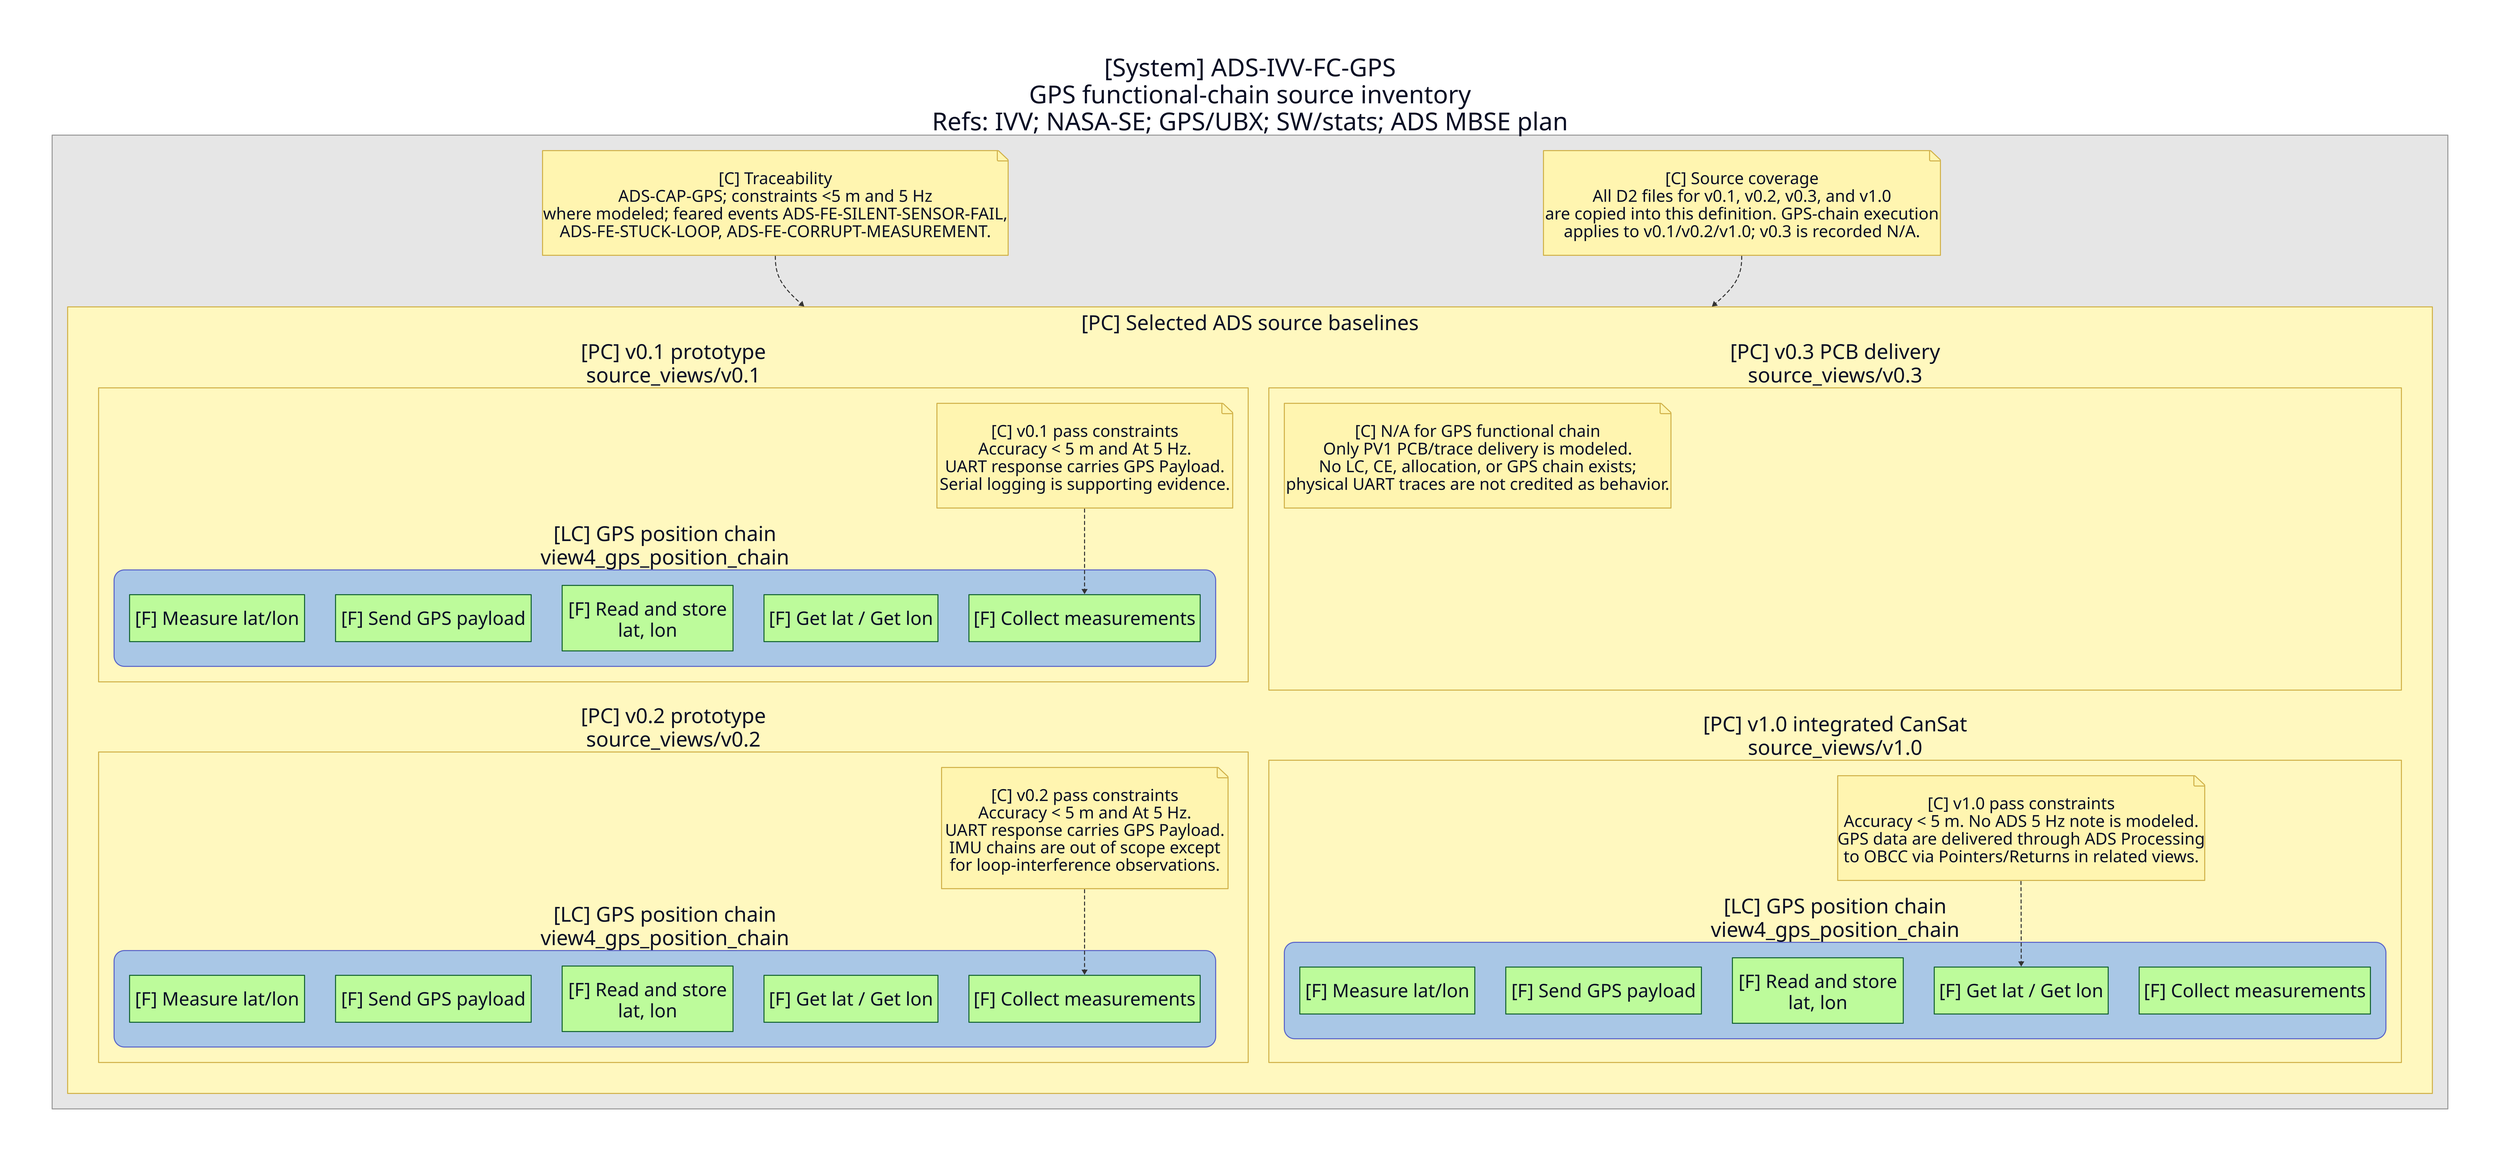
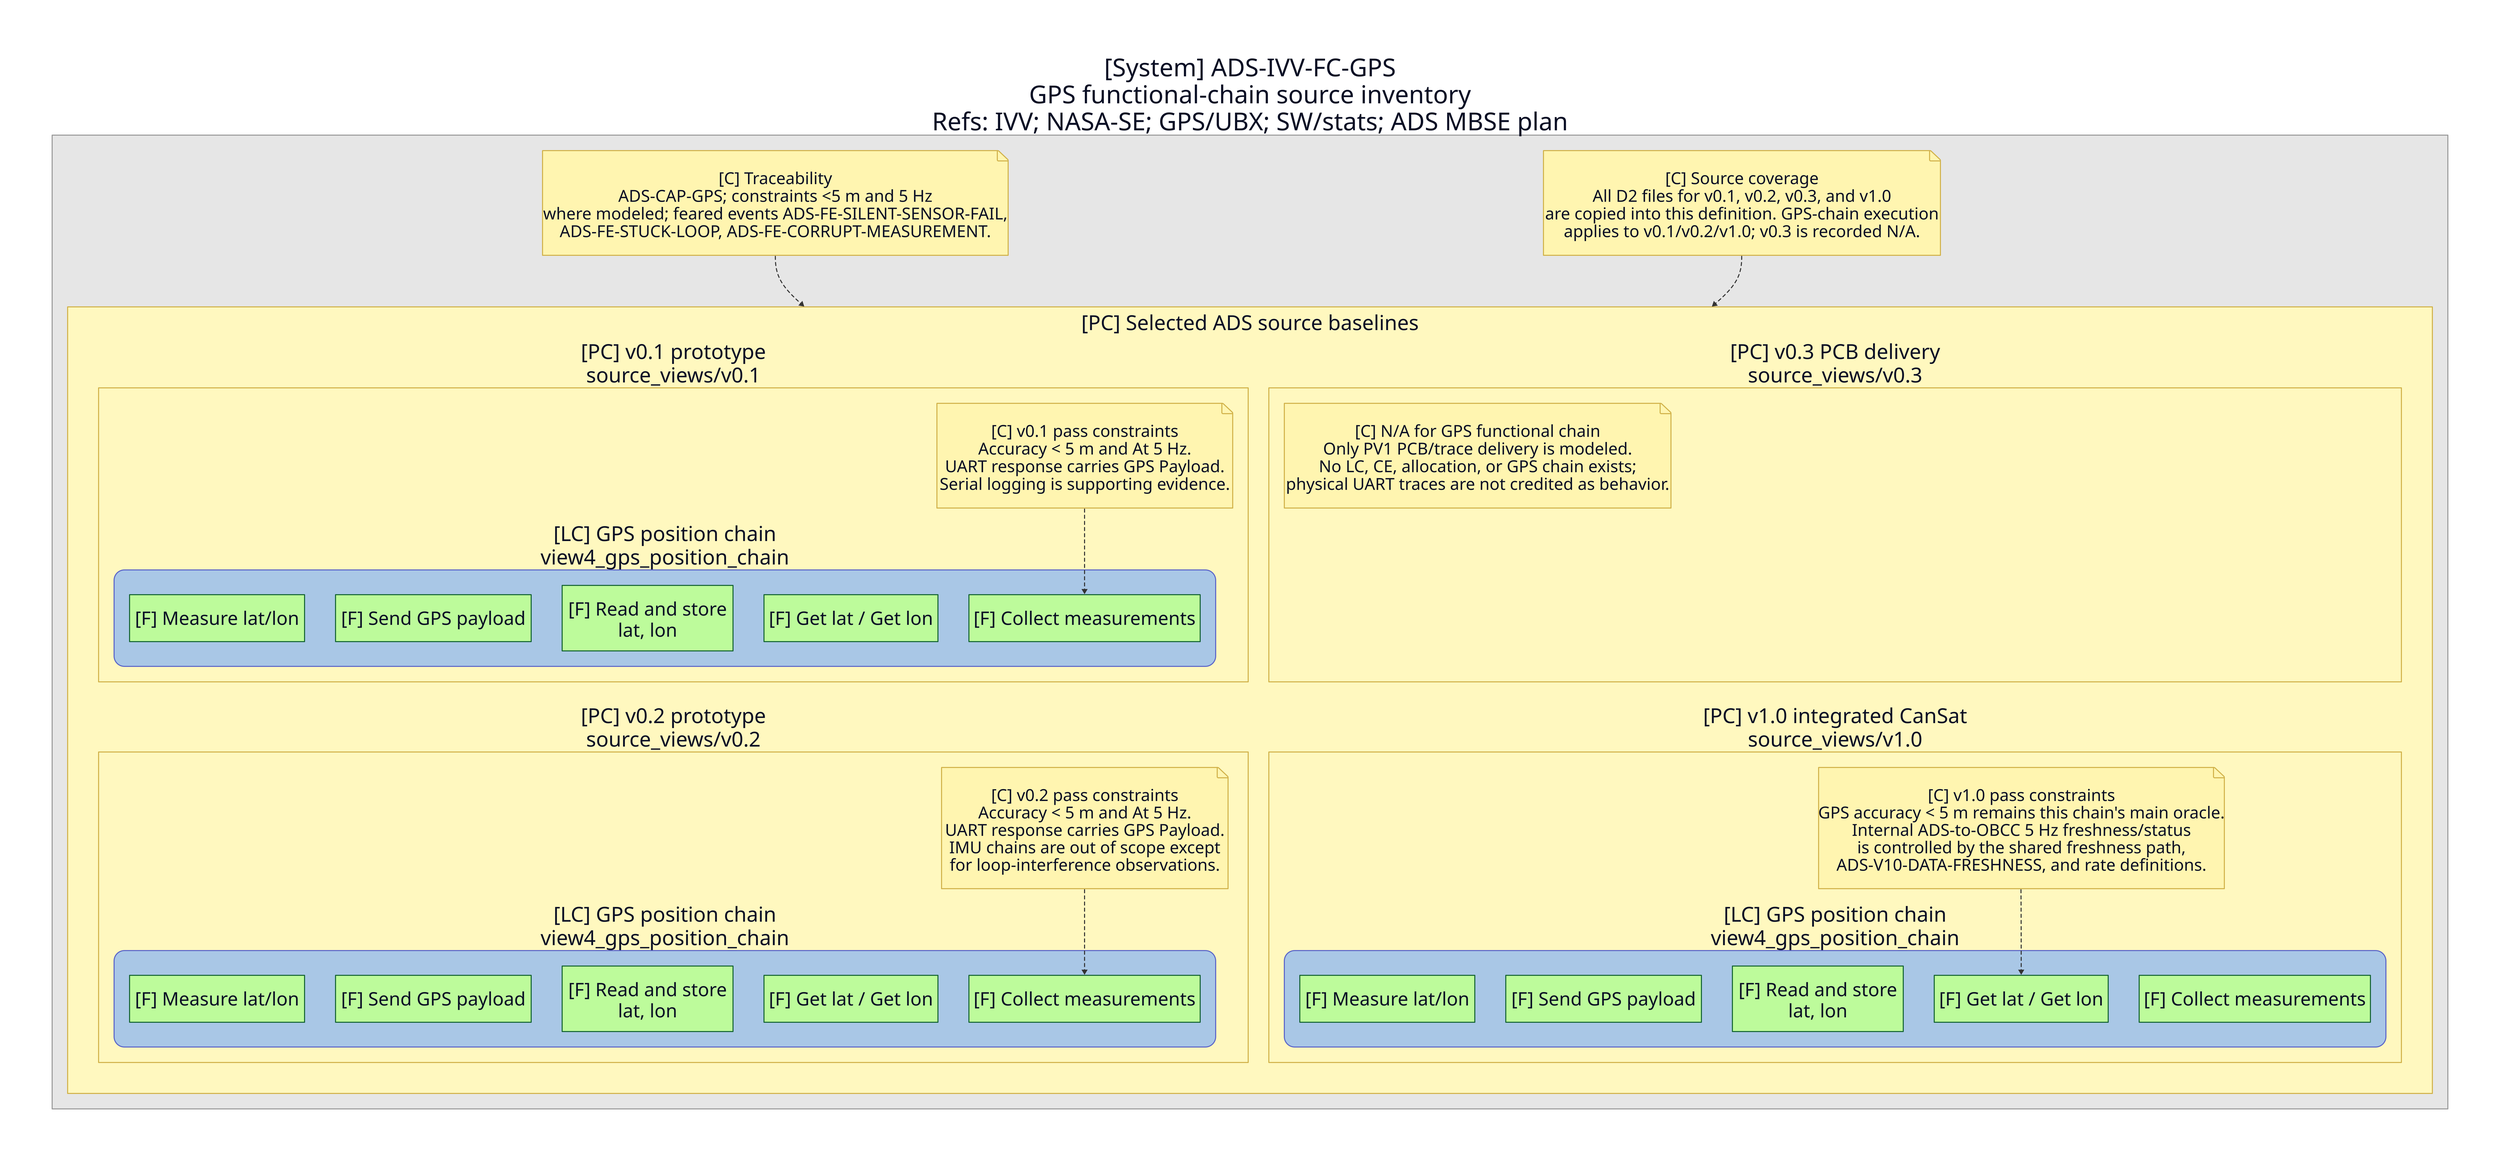
vars: {
  d2-config: {
    layout-engine: elk
  }
}

# Functional-chain inventory view for ADS-IVV-FC-GPS.
# Covers the GPS position chains in v0.1, v0.2, and v1.0; v0.3 is explicit N/A.
direction: down

classes: {
  func: { shape: rectangle; style: { fill: "#BDFB9B"; stroke: "#166534"; stroke-width: 2; font-size: 36 } }
  lc: { style: { fill: "#A9C7E6"; stroke: "#5B65C9"; stroke-width: 2; border-radius: 20; font-size: 40 } }
  pc: { style: { fill: "#FFF8BF"; stroke: "#D1B24A"; stroke-width: 2; font-size: 40 } }
  sys: { style: { fill: "#E6E6E6"; stroke: "#9A9A9A"; stroke-width: 2; font-size: 48 } }
  ea: { shape: rectangle; style: { fill: "#BFEAF4"; stroke: "#5B65C9"; stroke-width: 2; border-radius: 20; font-size: 40 } }
  note: { style: { fill: "#FFF5B0"; stroke: "#D1B24A"; font-size: 32 } }
  chain: { style: { fill: "#FFFFFF"; stroke: "#D1B24A"; stroke-width: 2; border-radius: 20; font-size: 36 } }
  fe:   { style: { stroke: "#1F7A4D"; font-color: "#1F7A4D"; stroke-width: 2; font-size: 30 } }
  ce:   { style: { stroke: "#5B65C9"; font-color: "#5B65C9"; stroke-width: 2; font-size: 30 } }
  pl:   { style: { stroke: "#E11D28"; font-color: "#E11D28"; stroke-width: 2; font-size: 30 } }
  cstr: { style: { stroke: "#333333"; stroke-dash: 3; font-size: 26 } }
}

system: "[System] ADS-IVV-FC-GPS\nGPS functional-chain source inventory\nRefs: IVV; NASA-SE; GPS/UBX; SW/stats; ADS MBSE plan" {
  class: sys
  direction: down

  versions: "[PC] Selected ADS source baselines" {
    class: pc
    direction: right
    grid-columns: 2

    v01: "[PC] v0.1 prototype\nsource_views/v0.1" {
      class: pc
      direction: down
      chain: "[LC] GPS position chain\nview4_gps_position_chain" {
        class: lc
        direction: down
        measure: "[F] Measure lat/lon" { class: func }
        payload: "[F] Send GPS payload" { class: func }
        read_store: "[F] Read and store\nlat, lon" { class: func }
        getters: "[F] Get lat / Get lon" { class: func }
        collect: "[F] Collect measurements" { class: func }
      }
      note_c: "[C] v0.1 pass constraints\nAccuracy < 5 m and At 5 Hz.\nUART response carries GPS Payload.\nSerial logging is supporting evidence." { class: note; shape: page }
    }

    v02: "[PC] v0.2 prototype\nsource_views/v0.2" {
      class: pc
      direction: down
      chain: "[LC] GPS position chain\nview4_gps_position_chain" {
        class: lc
        direction: down
        measure: "[F] Measure lat/lon" { class: func }
        payload: "[F] Send GPS payload" { class: func }
        read_store: "[F] Read and store\nlat, lon" { class: func }
        getters: "[F] Get lat / Get lon" { class: func }
        collect: "[F] Collect measurements" { class: func }
      }
      note_c: "[C] v0.2 pass constraints\nAccuracy < 5 m and At 5 Hz.\nUART response carries GPS Payload.\nIMU chains are out of scope except\nfor loop-interference observations." { class: note; shape: page }
    }

    v03: "[PC] v0.3 PCB delivery\nsource_views/v0.3" {
      class: pc
      direction: down
      note_na: "[C] N/A for GPS functional chain\nOnly PV1 PCB/trace delivery is modeled.\nNo LC, CE, allocation, or GPS chain exists;\nphysical UART traces are not credited as behavior." { class: note; shape: page }
    }

    v10: "[PC] v1.0 integrated CanSat\nsource_views/v1.0" {
      class: pc
      direction: down
      chain: "[LC] GPS position chain\nview4_gps_position_chain" {
        class: lc
        direction: down
        measure: "[F] Measure lat/lon" { class: func }
        payload: "[F] Send GPS payload" { class: func }
        read_store: "[F] Read and store\nlat, lon" { class: func }
        getters: "[F] Get lat / Get lon" { class: func }
        collect: "[F] Collect measurements" { class: func }
      }
-       note_c: "[C] v1.0 pass constraints\nAccuracy < 5 m. No ADS 5 Hz note is modeled.\nGPS data are delivered through ADS Processing\nto OBCC via Pointers/Returns in related views." { class: note; shape: page }
+       note_c: "[C] v1.0 pass constraints\nGPS accuracy < 5 m remains this chain's main oracle.\nInternal ADS-to-OBCC 5 Hz freshness/status\nis controlled by the shared freshness path,\nADS-V10-DATA-FRESHNESS, and rate definitions." { class: note; shape: page }
    }
  }

  note_trace: "[C] Traceability\nADS-CAP-GPS; constraints <5 m and 5 Hz\nwhere modeled; feared events ADS-FE-SILENT-SENSOR-FAIL,\nADS-FE-STUCK-LOOP, ADS-FE-CORRUPT-MEASUREMENT." { class: note; shape: page }
  note_scope: "[C] Source coverage\nAll D2 files for v0.1, v0.2, v0.3, and v1.0\nare copied into this definition. GPS-chain execution\napplies to v0.1/v0.2/v1.0; v0.3 is recorded N/A." { class: note; shape: page }
}

system.versions.v01.note_c -> system.versions.v01.chain.collect { class: cstr }
system.versions.v02.note_c -> system.versions.v02.chain.collect { class: cstr }
system.versions.v10.note_c -> system.versions.v10.chain.getters { class: cstr }
system.note_trace -> system.versions { class: cstr }
system.note_scope -> system.versions { class: cstr }
